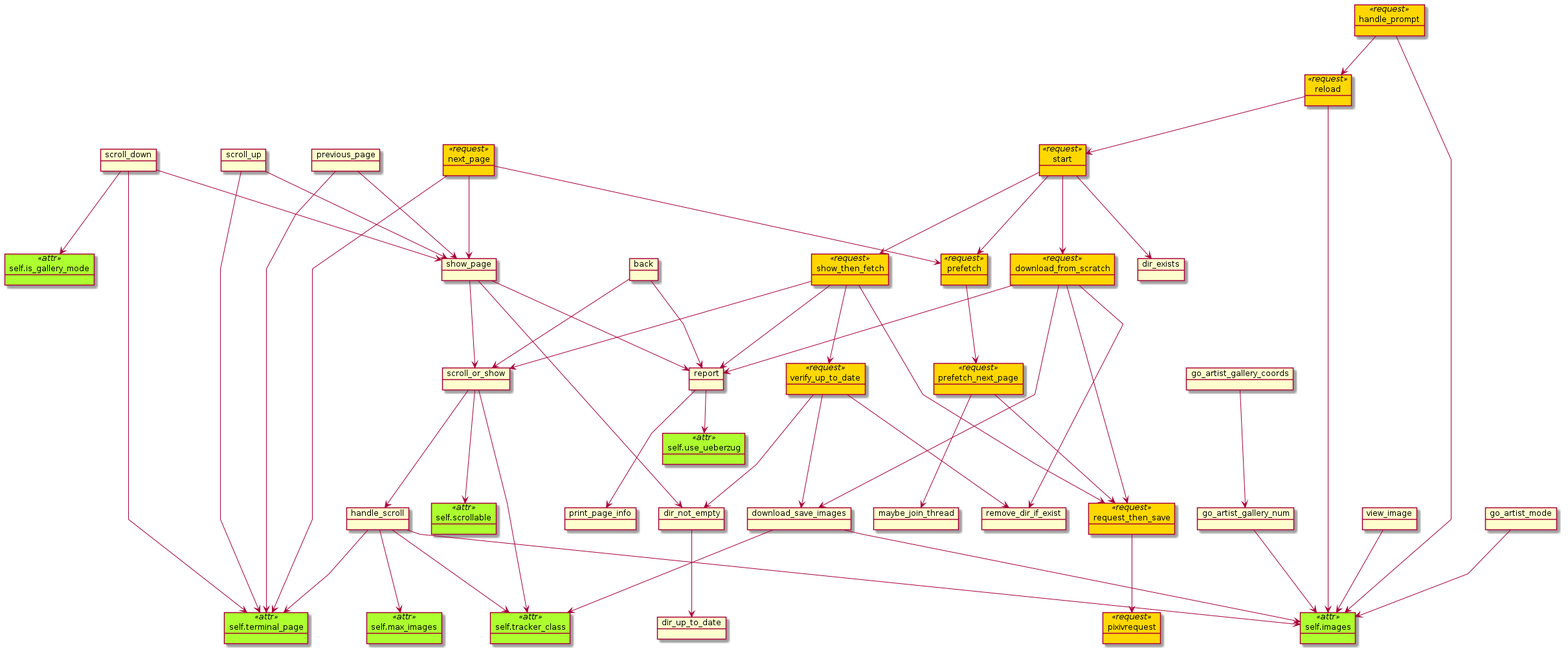
Earlier version of the PlantUML export puml/classes/render/ui_methods.png (akazukin5151/koneko). Its diagram source:
```plantuml
@startuml

set namespaceSeparator none
skinparam linetype polyline

skinparam object<<attr>>BackgroundColor GreenYellow
skinparam object<<request>>BackgroundColor Gold

object self.use_ueberzug <<attr>>
object self.scrollable <<attr>>
object self.tracker_class <<attr>>
object self.images <<attr>>
object self.max_images <<attr>>
object self.terminal_page <<attr>>
object self.is_gallery_mode <<attr>>

object print_page_info
object maybe_join_thread
object report
object scroll_or_show
object handle_scroll
object previous_page
object scroll_up
object scroll_down
object show_page
object remove_dir_if_exist
object dir_not_empty
object dir_up_to_date

object pixivrequest <<request>>
object dir_exists
object start <<request>>
object prefetch <<request>>
object prefetch_next_page <<request>>
object request_then_save <<request>>
object download_from_scratch <<request>>
object show_then_fetch <<request>>
object verify_up_to_date <<request>>
object download_save_images
object reload <<request>>
object next_page <<request>>

object handle_prompt <<request>>
object view_image
object back

report ---> print_page_info
report --> self.use_ueberzug

scroll_or_show ---> self.scrollable
scroll_or_show ---> handle_scroll
scroll_or_show ---> self.tracker_class

handle_scroll ---> self.images
handle_scroll ---> self.max_images
handle_scroll ---> self.terminal_page
handle_scroll ---> self.tracker_class

previous_page ---> self.terminal_page
previous_page ---> show_page


scroll_up ---> self.terminal_page
scroll_up ---> show_page

scroll_down ---> self.terminal_page
scroll_down ---> self.is_gallery_mode
scroll_down ---> show_page

show_page ---> dir_not_empty
show_page ---> scroll_or_show
show_page ---> report

dir_not_empty ---> dir_up_to_date


start ---> dir_exists
start ---> show_then_fetch
start ---> download_from_scratch
start ---> prefetch

prefetch ---> prefetch_next_page

prefetch_next_page ---> maybe_join_thread
prefetch_next_page ---> request_then_save

request_then_save ---> pixivrequest

download_from_scratch ---> remove_dir_if_exist
download_from_scratch ---> request_then_save
download_from_scratch ---> download_save_images
download_from_scratch ---> report

show_then_fetch ---> scroll_or_show
show_then_fetch ---> request_then_save
show_then_fetch ---> verify_up_to_date
show_then_fetch ---> report

verify_up_to_date ---> dir_not_empty
verify_up_to_date ---> remove_dir_if_exist
verify_up_to_date ---> download_save_images

download_save_images ---> self.tracker_class
download_save_images ---> self.images

reload --> self.images
reload --> start

next_page ---> self.terminal_page
next_page ---> show_page
next_page ---> prefetch


handle_prompt --> self.images
handle_prompt --> reload

view_image ---> self.images

back ---> scroll_or_show
back ---> report


object go_artist_gallery_coords
object go_artist_gallery_num
object go_artist_mode

go_artist_gallery_coords ---> go_artist_gallery_num
go_artist_gallery_num ---> self.images

go_artist_mode ---> self.images

@enduml
```
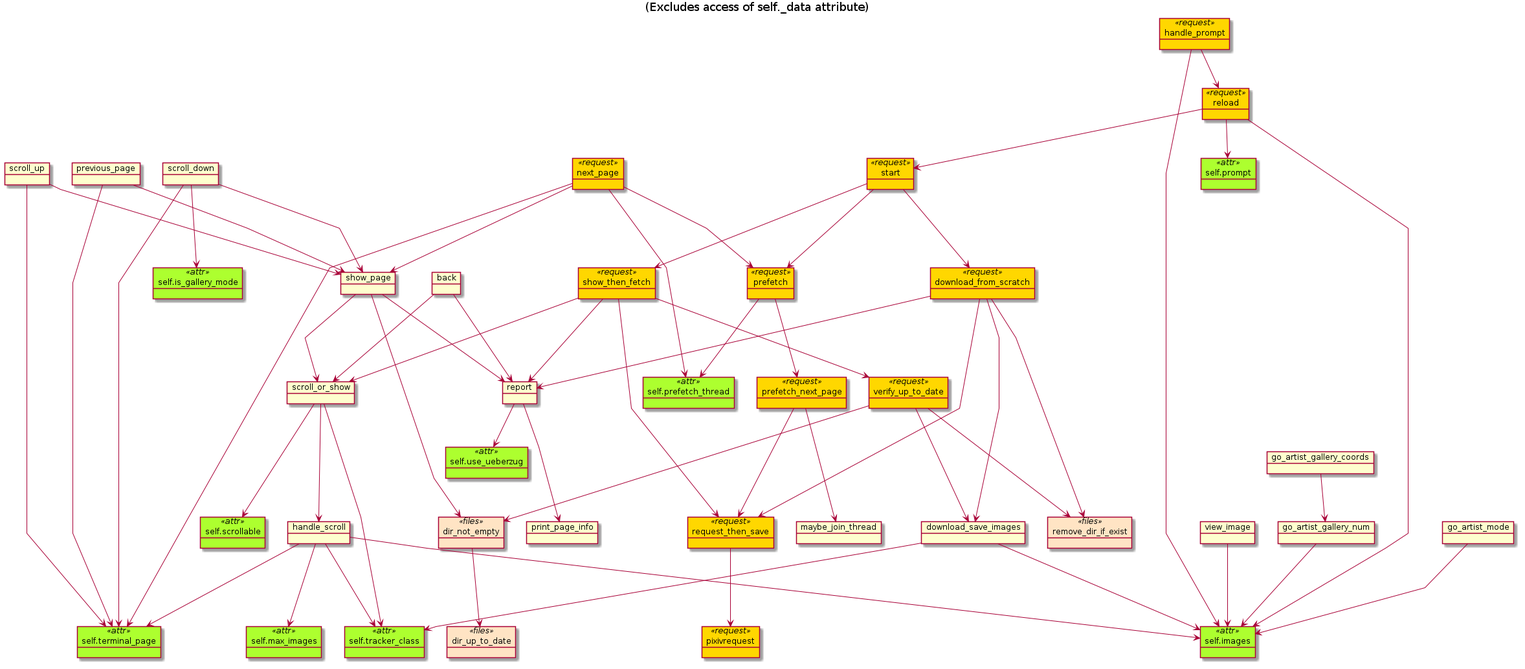
Above is the later version.

Change to the diagram source:
```diff
@@ -5,6 +5,9 @@
 
 skinparam object<<attr>>BackgroundColor GreenYellow
 skinparam object<<request>>BackgroundColor Gold
+skinparam object<<files>>BackgroundColor Bisque
+
+title (Excludes access of self._data attribute)
 
 object self.use_ueberzug <<attr>>
 object self.scrollable <<attr>>
@@ -13,6 +16,8 @@
 object self.max_images <<attr>>
 object self.terminal_page <<attr>>
 object self.is_gallery_mode <<attr>>
+object self.prompt <<attr>>
+object self.prefetch_thread <<attr>>
 
 object print_page_info
 object maybe_join_thread
@@ -23,12 +28,11 @@
 object scroll_up
 object scroll_down
 object show_page
-object remove_dir_if_exist
-object dir_not_empty
-object dir_up_to_date
+object remove_dir_if_exist <<files>>
+object dir_not_empty <<files>>
+object dir_up_to_date <<files>>
 
 object pixivrequest <<request>>
-object dir_exists
 object start <<request>>
 object prefetch <<request>>
 object prefetch_next_page <<request>>
@@ -74,12 +78,12 @@
 dir_not_empty ---> dir_up_to_date
 
 
-start ---> dir_exists
 start ---> show_then_fetch
 start ---> download_from_scratch
 start ---> prefetch
 
 prefetch ---> prefetch_next_page
+prefetch ---> self.prefetch_thread
 
 prefetch_next_page ---> maybe_join_thread
 prefetch_next_page ---> request_then_save
@@ -104,9 +108,11 @@
 download_save_images ---> self.images
 
 reload --> self.images
+reload --> self.prompt
 reload --> start
 
 next_page ---> self.terminal_page
+next_page ---> self.prefetch_thread
 next_page ---> show_page
 next_page ---> prefetch
 
@@ -124,7 +130,7 @@
 object go_artist_gallery_num
 object go_artist_mode
 
-go_artist_gallery_coords ---> go_artist_gallery_num
+go_artist_gallery_coords --> go_artist_gallery_num
 go_artist_gallery_num ---> self.images
 
 go_artist_mode ---> self.images
```
